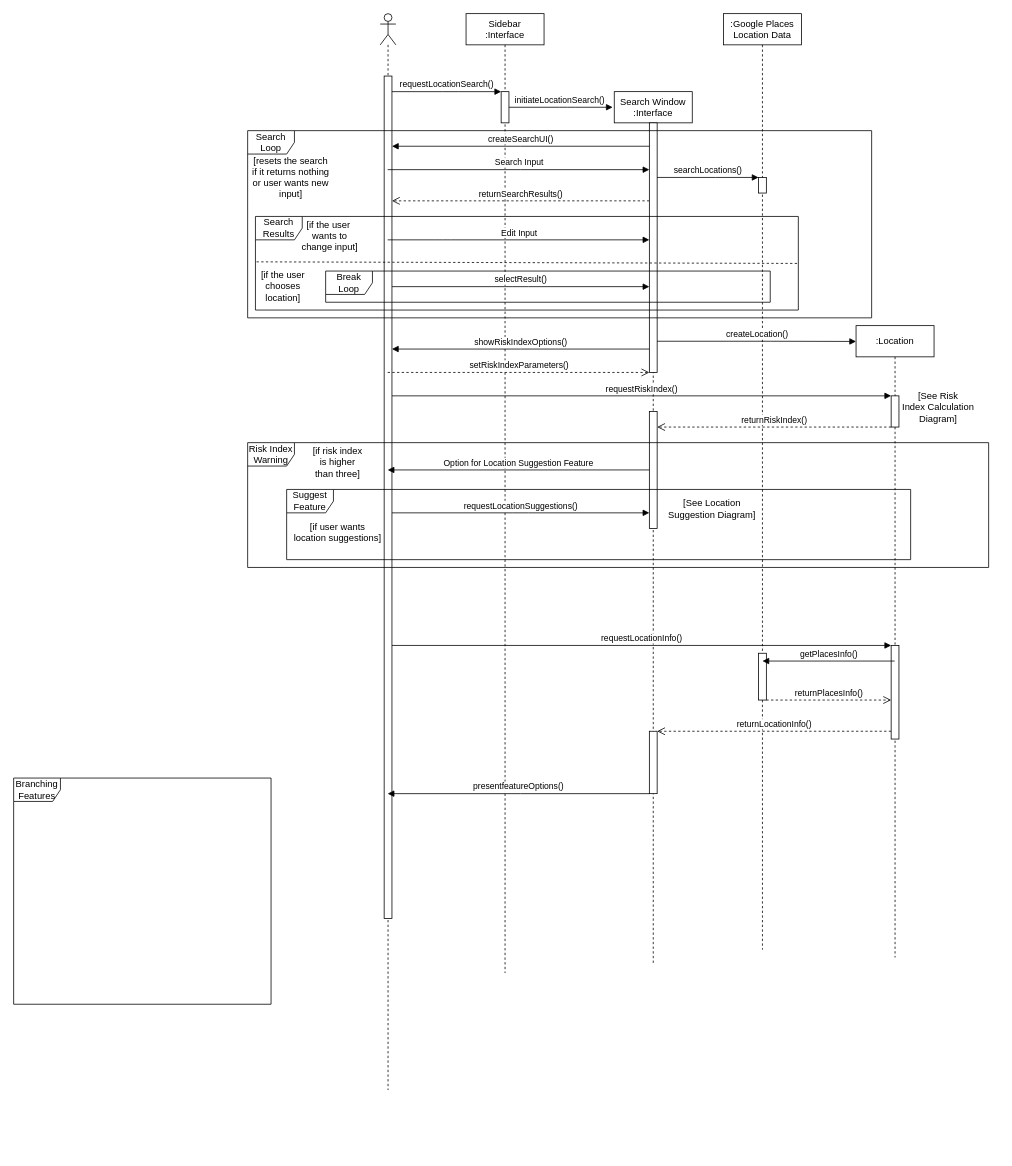
This is Documents/DrawioResources/4th cycle/SequenceSelectDestination.drawio from Mario-Sama/SoftEngProject2021, a draw.io file, before an edit. Source tidied: cells renumbered, new cells numbered last; positions are measured from the earlier drawing's top-left corner, leaving out a move shared by most shapes. Both pictures are drawn from the tidied source at 78%, with x=0, y=0 at pixel (13, 13).
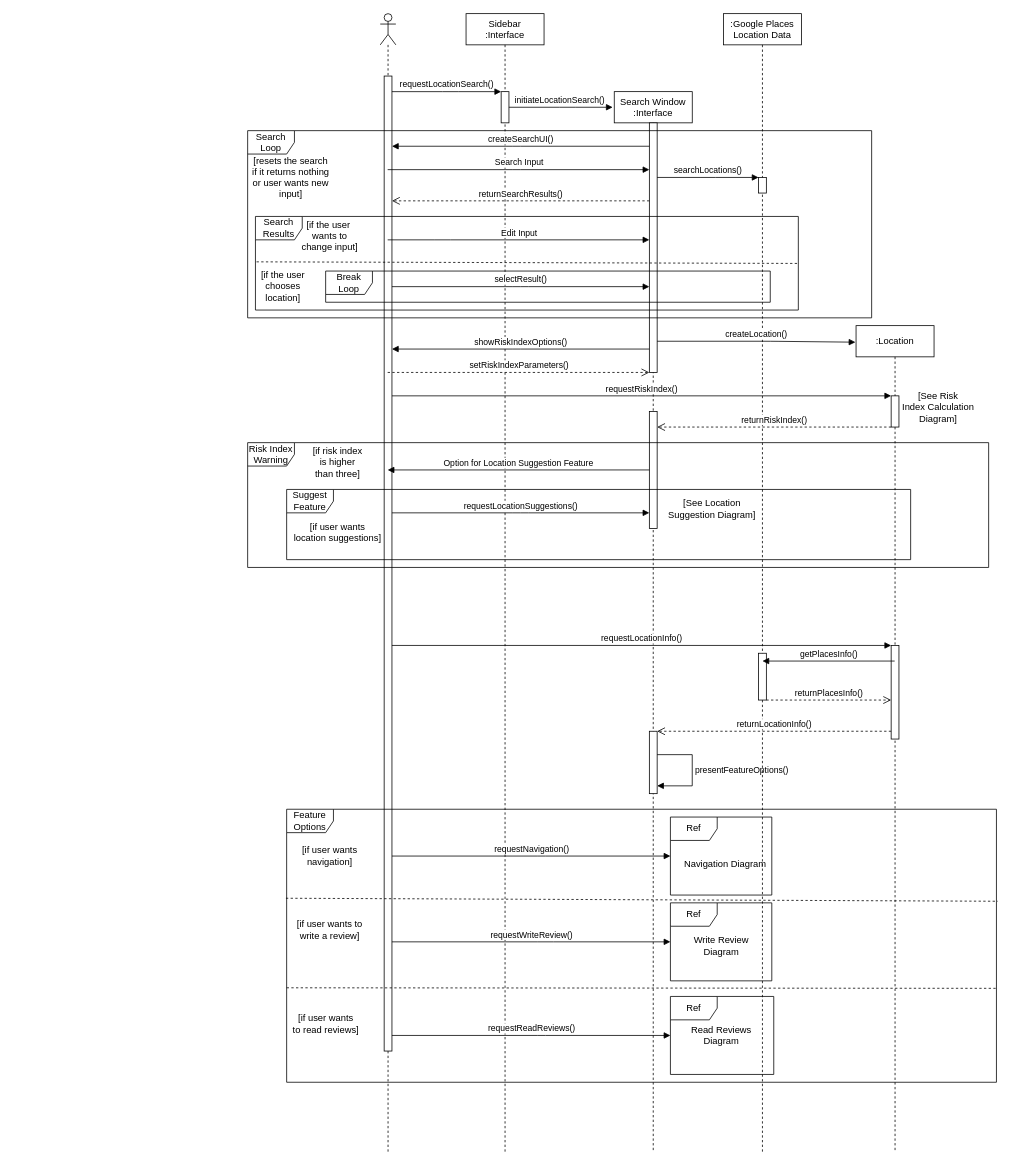
After the change.

Unchanged cells that the change refers to:
```xml
<mxCell id="7" style="html=1;points=[];perimeter=orthogonalPerimeter;" parent="6" vertex="1">
  <mxGeometry x="45" y="40" width="10" height="320" as="geometry" />
</mxCell>
<mxCell id="9" style="html=1;points=[];perimeter=orthogonalPerimeter;" parent="6" vertex="1">
  <mxGeometry x="45" y="820" width="10" height="80" as="geometry" />
</mxCell>
```

Diff of the diagram source:
```diff
@@
     <mxCell id="2" style="shape=umlLifeline;participant=umlActor;perimeter=lifelinePerimeter;whiteSpace=wrap;html=1;verticalAlign=top;spacingTop=36;outlineConnect=0;" parent="1" vertex="1">
-      <mxGeometry x="470" width="20" height="1380" as="geometry" />
+      <mxGeometry x="470" width="20" height="1460" as="geometry" />
     </mxCell>
     <mxCell id="3" style="html=1;points=[];perimeter=orthogonalPerimeter;" parent="2" vertex="1">
-      <mxGeometry x="5" y="80" width="10" height="1080" as="geometry" />
+      <mxGeometry x="5" y="80" width="10" height="1250" as="geometry" />
     </mxCell>
     <mxCell id="4" value="Sidebar&lt;br&gt;:Interface" style="shape=umlLifeline;perimeter=lifelinePerimeter;whiteSpace=wrap;html=1;" parent="1" vertex="1">
-      <mxGeometry x="580" width="100" height="1230" as="geometry" />
+      <mxGeometry x="580" width="100" height="1460" as="geometry" />
     </mxCell>
@@
     <mxCell id="6" value="Search Window&lt;br&gt;:Interface" style="shape=umlLifeline;perimeter=lifelinePerimeter;whiteSpace=wrap;html=1;" parent="1" vertex="1">
-      <mxGeometry x="770" y="100" width="100" height="1120" as="geometry" />
+      <mxGeometry x="770" y="100" width="100" height="1360" as="geometry" />
     </mxCell>
@@
+    <mxCell id="50" value="&lt;span style=&quot;text-align: center&quot;&gt;presentFeatureOptions()&lt;/span&gt;" style="edgeStyle=orthogonalEdgeStyle;html=1;align=left;spacingLeft=2;endArrow=block;rounded=0;" parent="6" edge="1" source="9" target="9">
+      <mxGeometry relative="1" as="geometry">
+        <Array as="points">
+          <mxPoint x="100" y="850" />
+          <mxPoint x="100" y="890" />
+        </Array>
+      </mxGeometry>
+    </mxCell>
@@
     <mxCell id="15" value=":Google Places&lt;br&gt;Location Data" style="shape=umlLifeline;perimeter=lifelinePerimeter;whiteSpace=wrap;html=1;" parent="1" vertex="1">
-      <mxGeometry x="910" width="100" height="1200" as="geometry" />
+      <mxGeometry x="910" width="100" height="1460" as="geometry" />
     </mxCell>
@@
     <mxCell id="23" value=":Location" style="shape=umlLifeline;perimeter=lifelinePerimeter;whiteSpace=wrap;html=1;outlineConnect=0;" parent="1" vertex="1">
-      <mxGeometry x="1080" y="400" width="100" height="810" as="geometry" />
+      <mxGeometry x="1080" y="400" width="100" height="1060" as="geometry" />
     </mxCell>
@@
-    <mxCell id="26" value="createLocation()" style="html=1;verticalAlign=bottom;endArrow=block;entryX=0;entryY=0.025;entryDx=0;entryDy=0;entryPerimeter=0;" parent="1" edge="1" source="7" target="23">
+    <mxCell id="26" value="createLocation()" style="html=1;verticalAlign=bottom;endArrow=block;entryX=-0.008;entryY=0.02;entryDx=0;entryDy=0;entryPerimeter=0;" parent="1" edge="1" source="7" target="23">
       <mxGeometry relative="1" as="geometry">
         <Array as="points">
           <mxPoint x="970" y="420" />
         </Array>
       </mxGeometry>
     </mxCell>
@@
-    <mxCell id="47" value="presentfeatureOptions()" style="html=1;verticalAlign=bottom;endArrow=block;" parent="1" edge="1" source="9" target="2">
-      <mxGeometry relative="1" as="geometry">
-        <Array as="points">
-          <mxPoint x="640" y="1000" />
-        </Array>
-      </mxGeometry>
-    </mxCell>
-    <mxCell id="48" value="Branching&lt;br&gt;Features" style="shape=umlFrame;whiteSpace=wrap;html=1;" parent="1" vertex="1">
-      <mxGeometry y="980" width="330" height="290" as="geometry" />
-    </mxCell>
@@
+    <mxCell id="51" value="Feature&lt;br&gt;Options" style="shape=umlFrame;whiteSpace=wrap;html=1;" parent="1" vertex="1">
+      <mxGeometry x="350" y="1020" width="910" height="350" as="geometry" />
+    </mxCell>
+    <mxCell id="52" value="Ref" style="shape=umlFrame;whiteSpace=wrap;html=1;" parent="1" vertex="1">
+      <mxGeometry x="842" y="1030" width="130" height="100" as="geometry" />
+    </mxCell>
+    <mxCell id="53" value="Ref" style="shape=umlFrame;whiteSpace=wrap;html=1;" parent="1" vertex="1">
+      <mxGeometry x="842" y="1140" width="130" height="100" as="geometry" />
+    </mxCell>
+    <mxCell id="54" value="Navigation Diagram" style="text;html=1;align=center;verticalAlign=middle;strokeColor=none;" parent="1" vertex="1">
+      <mxGeometry x="852" y="1080" width="120" height="20" as="geometry" />
+    </mxCell>
+    <mxCell id="55" value="Write Review&lt;br&gt;Diagram" style="text;html=1;align=center;verticalAlign=middle;strokeColor=none;" parent="1" vertex="1">
+      <mxGeometry x="862" y="1180" width="90" height="30" as="geometry" />
+    </mxCell>
+    <mxCell id="56" style="endArrow=none;dashed=1;html=1;exitX=-0.001;exitY=0.326;exitDx=0;exitDy=0;exitPerimeter=0;entryX=1.002;entryY=0.337;entryDx=0;entryDy=0;entryPerimeter=0;" parent="1" edge="1" source="51" target="51">
+      <mxGeometry relative="1" as="geometry" />
+    </mxCell>
+    <mxCell id="57" style="endArrow=none;dashed=1;html=1;exitX=0;exitY=0.654;exitDx=0;exitDy=0;exitPerimeter=0;entryX=1.002;entryY=0.656;entryDx=0;entryDy=0;entryPerimeter=0;" parent="1" edge="1" source="51" target="51">
+      <mxGeometry relative="1" as="geometry" />
+    </mxCell>
+    <mxCell id="58" value="Ref" style="shape=umlFrame;whiteSpace=wrap;html=1;" parent="1" vertex="1">
+      <mxGeometry x="842" y="1260" width="132.5" height="100" as="geometry" />
+    </mxCell>
+    <mxCell id="59" value="Read Reviews&lt;br&gt;Diagram" style="text;html=1;align=center;verticalAlign=middle;strokeColor=none;" parent="1" vertex="1">
+      <mxGeometry x="862" y="1295" width="90" height="30" as="geometry" />
+    </mxCell>
+    <mxCell id="60" value="requestNavigation()" style="html=1;verticalAlign=bottom;endArrow=block;" parent="1" edge="1" source="3" target="52">
+      <mxGeometry relative="1" as="geometry">
+        <Array as="points">
+          <mxPoint x="672" y="1080" />
+        </Array>
+      </mxGeometry>
+    </mxCell>
+    <mxCell id="61" value="requestWriteReview()" style="html=1;verticalAlign=bottom;endArrow=block;" parent="1" edge="1" source="3" target="53">
+      <mxGeometry relative="1" as="geometry">
+        <Array as="points">
+          <mxPoint x="682" y="1190" />
+        </Array>
+      </mxGeometry>
+    </mxCell>
+    <mxCell id="62" value="requestReadReviews()" style="html=1;verticalAlign=bottom;endArrow=block;" parent="1" edge="1" source="3" target="58">
+      <mxGeometry relative="1" as="geometry">
+        <Array as="points">
+          <mxPoint x="672" y="1310" />
+        </Array>
+      </mxGeometry>
+    </mxCell>
+    <mxCell id="63" value="[if user wants&lt;br&gt;navigation]" style="text;html=1;align=center;verticalAlign=middle;strokeColor=none;" parent="1" vertex="1">
+      <mxGeometry x="360" y="1065" width="90" height="30" as="geometry" />
+    </mxCell>
+    <mxCell id="64" value="[if user wants to&lt;br&gt;write a review]" style="text;html=1;align=center;verticalAlign=middle;strokeColor=none;" parent="1" vertex="1">
+      <mxGeometry x="355" y="1160" width="100" height="30" as="geometry" />
+    </mxCell>
+    <mxCell id="65" value="[if user wants&lt;br&gt;to read reviews]" style="text;html=1;align=center;verticalAlign=middle;strokeColor=none;" parent="1" vertex="1">
+      <mxGeometry x="350" y="1280" width="100" height="30" as="geometry" />
+    </mxCell>
```
